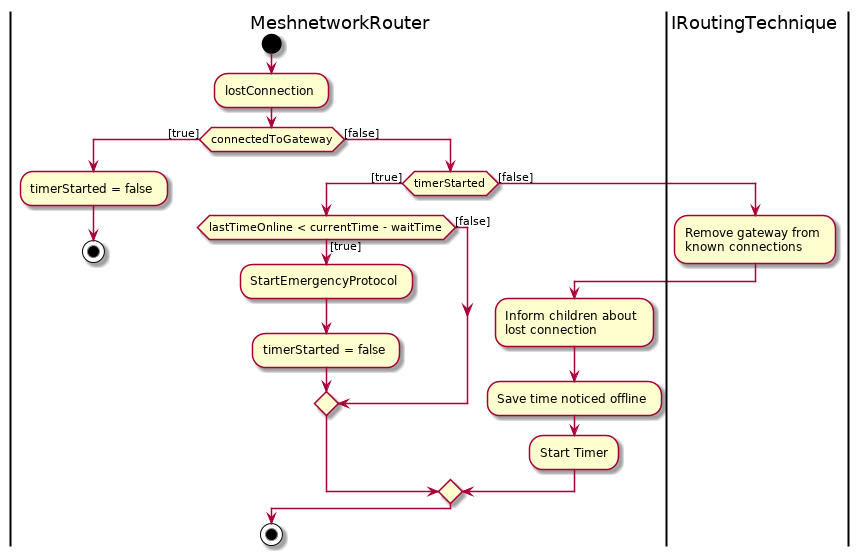
This is Docs/DesignDocumenten/UML/out/Communication/activity/LostConnection/LostConnection.png from mauriceberentsen/Automated-Drone-Distribution-Network, a PlantUML export, as it was before one commit.
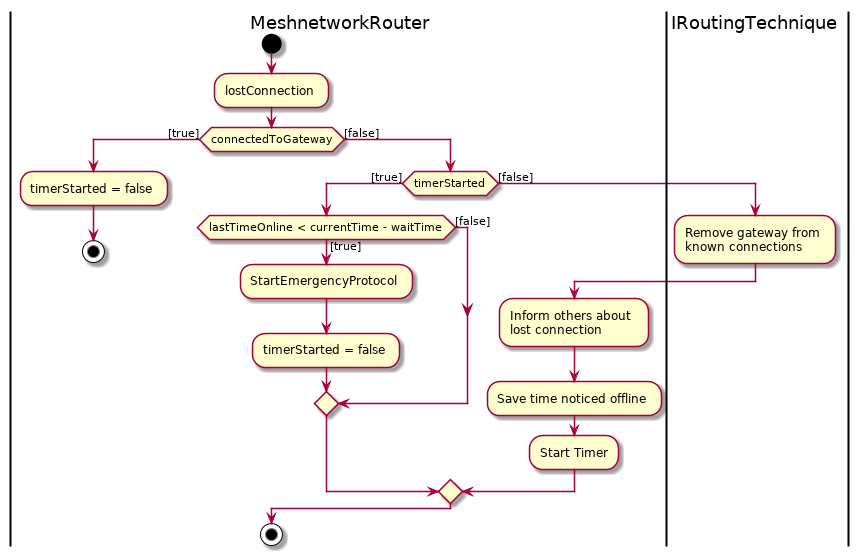
Later version of the same file.

Diff of the diagram source:
```diff
@@ -18,7 +18,7 @@
     	|IRoutingTechnique|
 		:Remove gateway from \nknown connections;
 		|MeshnetworkRouter|
-       	:Inform children about \nlost connection;
+       	:Inform others about \nlost connection;
 		:Save time noticed offline;
         :Start Timer;
     endif
```
